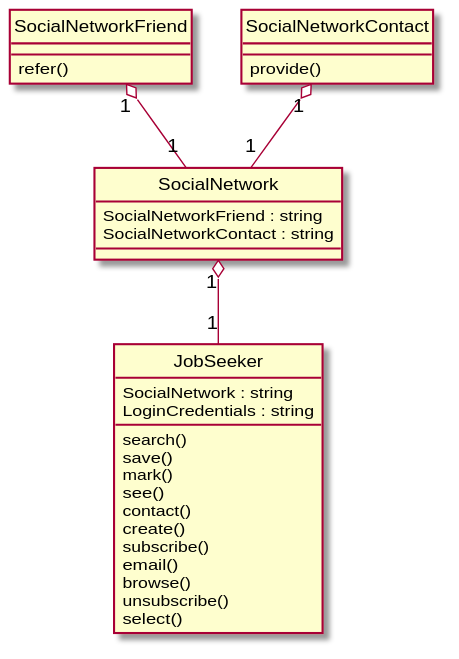
Before: Diagrams/2014-USC-Project10.svg, a diagram exported from PlantUML (xixixhalu/DomainModelExtractor).
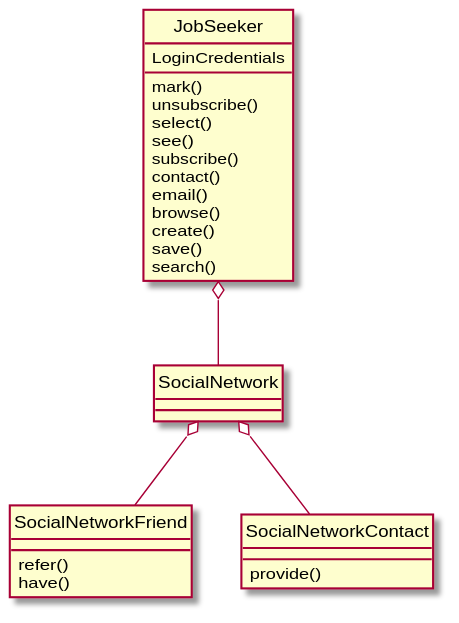
The same file after the commit.

Diff of the diagram source:
```diff
@@ -1,31 +1,29 @@
 @startuml
 hide circle
 class JobSeeker {
-	SocialNetwork : string
-	LoginCredentials : string
-	search()
-	save()
+	LoginCredentials
 	mark()
+	unsubscribe()
+	select()
 	see()
+	subscribe()
 	contact()
-	create()
-	subscribe()
 	email()
 	browse()
-	unsubscribe()
-	select()
+	create()
+	save()
+	search()
 }
 class SocialNetwork {
-	SocialNetworkFriend : string
-	SocialNetworkContact : string
 }
 class SocialNetworkFriend {
 	refer()
+	have()
 }
 class SocialNetworkContact {
 	provide()
 }
-SocialNetworkFriend "1" o-- "1" SocialNetwork
-SocialNetworkContact "1" o-- "1" SocialNetwork
-SocialNetwork "1" o-- "1" JobSeeker
+SocialNetwork o-- SocialNetworkFriend
+SocialNetwork o-- SocialNetworkContact
+JobSeeker o-- SocialNetwork
 @enduml
```
